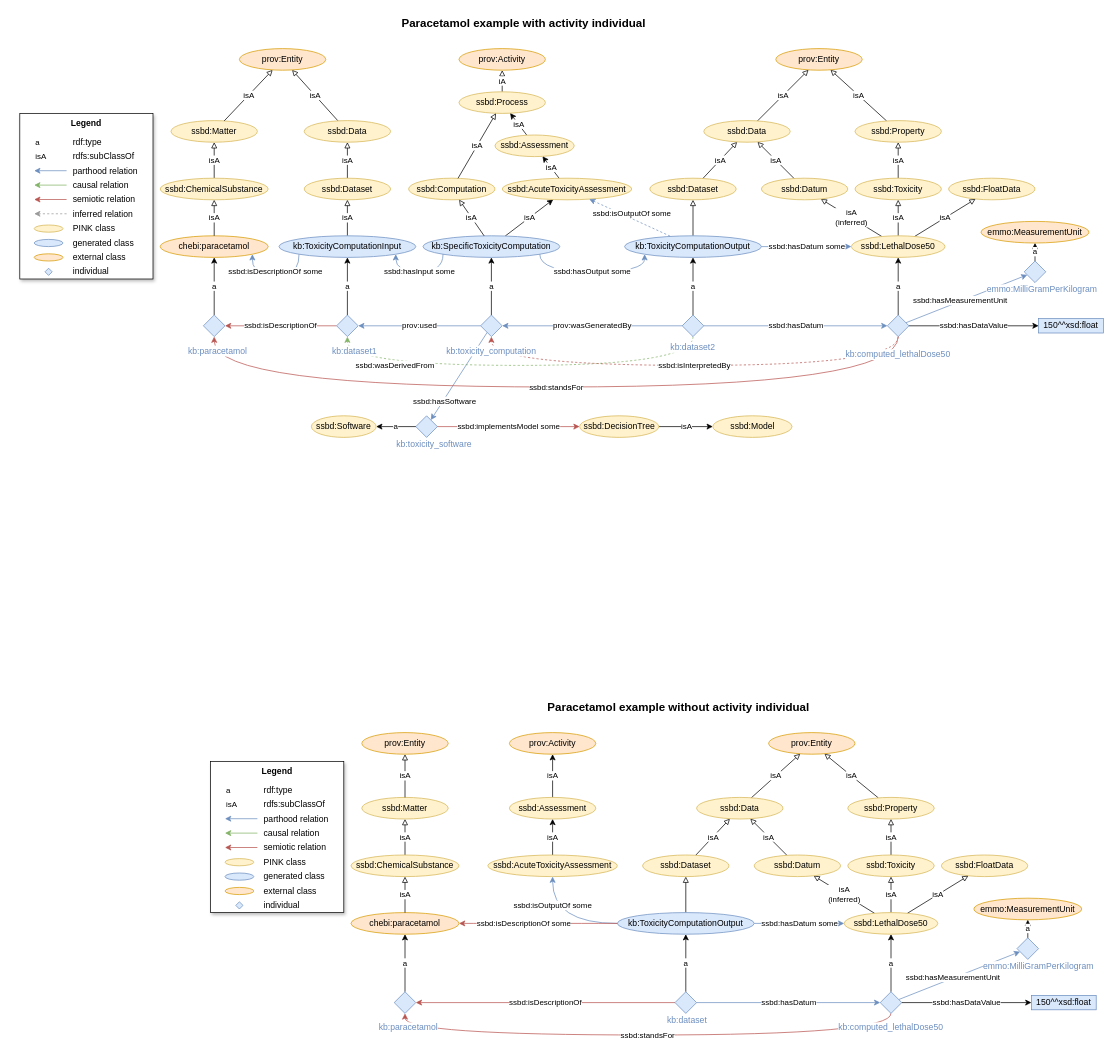
ssbd-ontology/core keeps this draw.io diagram as page "example" (6 of 8) of docs/figs/figures.drawio. Above is the earlier version. Source tidied: cells renumbered, new cells numbered last; positions are measured from the earlier drawing's top-left corner, leaving out a move shared by most shapes. Both pictures are drawn from the tidied source at 72%, with x=0, y=0 at pixel (12, 12).
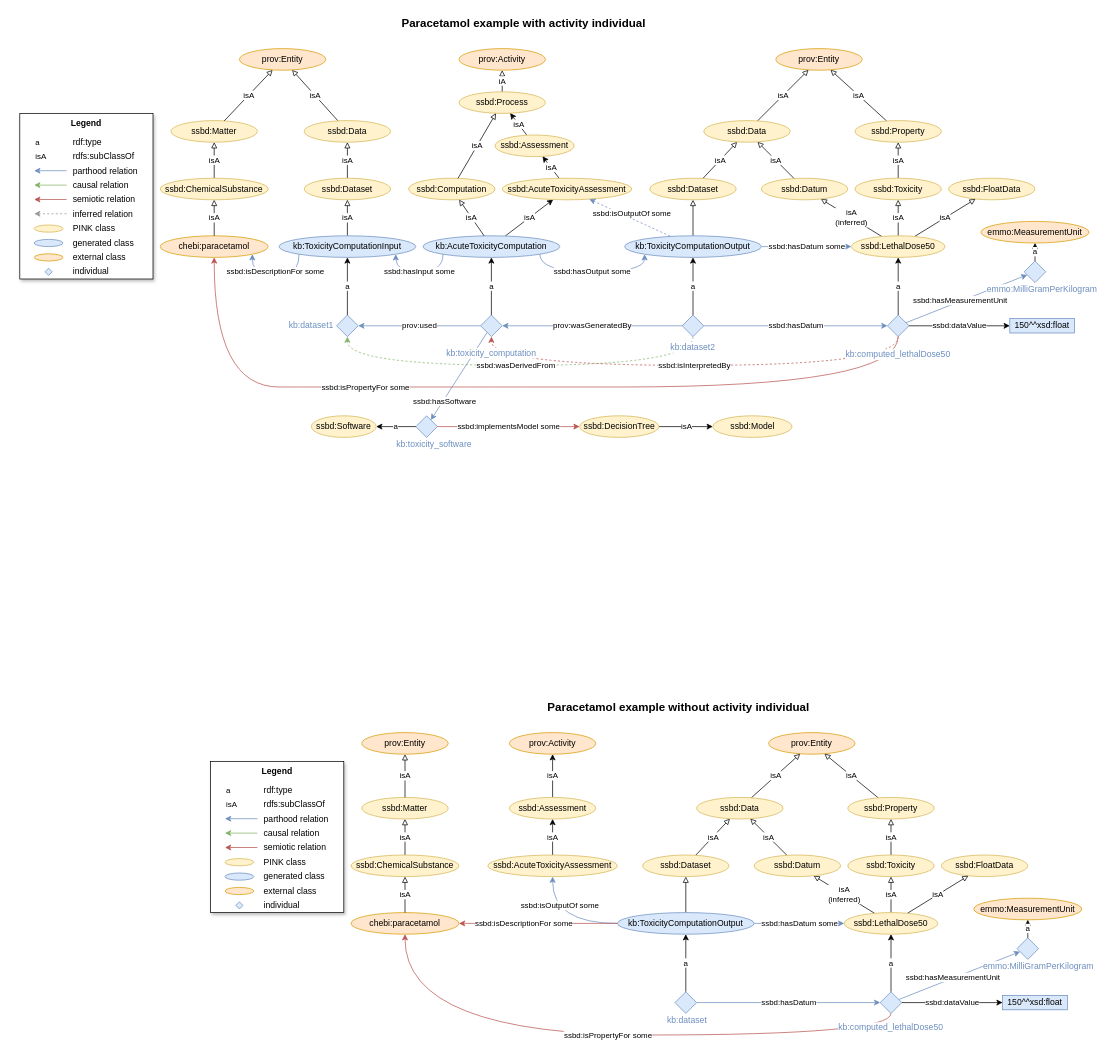
After the change.

Unchanged cells that the change refers to:
```xml
<mxCell id="11" value="chebi:paracetamol" style="ellipse;whiteSpace=wrap;html=1;fillColor=#ffe6cc;strokeColor=#d79b00;" parent="1" vertex="1">
  <mxGeometry x="205" y="310" width="150" height="30" as="geometry" />
</mxCell>
<mxCell id="28" value="kb:ToxicityComputationInput" style="ellipse;whiteSpace=wrap;html=1;fillColor=#dae8fc;strokeColor=#6c8ebf;" parent="1" vertex="1">
  <mxGeometry x="370" y="310" width="190" height="30" as="geometry" />
</mxCell>
<mxCell id="31" style="rhombus;whiteSpace=wrap;html=1;fillColor=#dae8fc;strokeColor=#6c8ebf;" parent="1" vertex="1">
  <mxGeometry x="450" y="420" width="30" height="30" as="geometry" />
</mxCell>
<mxCell id="43" style="rhombus;whiteSpace=wrap;html=1;fillColor=#dae8fc;strokeColor=#6c8ebf;" parent="1" vertex="1">
  <mxGeometry x="930" y="420" width="30" height="30" as="geometry" />
</mxCell>
<mxCell id="58" style="rhombus;whiteSpace=wrap;html=1;fillColor=#dae8fc;strokeColor=#6c8ebf;" parent="1" vertex="1">
  <mxGeometry x="1215" y="420" width="30" height="30" as="geometry" />
</mxCell>
<mxCell id="96" value="chebi:paracetamol" style="ellipse;whiteSpace=wrap;html=1;fillColor=#ffe6cc;strokeColor=#d79b00;" parent="1" vertex="1">
  <mxGeometry x="470" y="1250" width="150" height="30" as="geometry" />
</mxCell>
<mxCell id="104" value="kb:ToxicityComputationOutput" style="ellipse;whiteSpace=wrap;html=1;fillColor=#dae8fc;strokeColor=#6c8ebf;" parent="1" vertex="1">
  <mxGeometry x="840" y="1250" width="190" height="30" as="geometry" />
</mxCell>
<mxCell id="106" style="rhombus;whiteSpace=wrap;html=1;fillColor=#dae8fc;strokeColor=#6c8ebf;" parent="1" vertex="1">
  <mxGeometry x="920" y="1360" width="30" height="30" as="geometry" />
</mxCell>
<mxCell id="117" style="rhombus;whiteSpace=wrap;html=1;fillColor=#dae8fc;strokeColor=#6c8ebf;" parent="1" vertex="1">
  <mxGeometry x="1205" y="1360" width="30" height="30" as="geometry" />
</mxCell>
<mxCell id="160" value="ssbd:AcuteToxicityAssessment" style="ellipse;whiteSpace=wrap;html=1;fillColor=#fff2cc;strokeColor=#d6b656;" parent="1" vertex="1">
  <mxGeometry x="660" y="1170" width="180" height="30" as="geometry" />
</mxCell>
```

Change to the diagram source:
```diff
@@
     <mxCell id="7" value="ssbd:wasDerivedFrom" style="edgeStyle=orthogonalEdgeStyle;shape=connector;rounded=0;jettySize=auto;html=1;strokeColor=#82b366;align=center;verticalAlign=middle;fontFamily=Helvetica;fontSize=11;fontColor=default;labelBackgroundColor=default;endArrow=classic;endFill=1;curved=1;fillColor=#d5e8d4;dashed=1;" parent="1" edge="1" source="43" target="31">
-      <mxGeometry x="0.62" relative="1" as="geometry">
+      <mxGeometry x="0.02" relative="1" as="geometry">
         <Array as="points">
           <mxPoint x="945" y="490" />
           <mxPoint x="465" y="490" />
         </Array>
       </mxGeometry>
     </mxCell>
-    <mxCell id="8" value="a" style="rounded=0;jettySize=auto;html=1;" parent="1" edge="1" source="9" target="11">
-      <mxGeometry relative="1" as="geometry" />
-    </mxCell>
-    <mxCell id="9" style="rhombus;whiteSpace=wrap;html=1;fillColor=#dae8fc;strokeColor=#6c8ebf;" parent="1" vertex="1">
-      <mxGeometry x="265" y="420" width="30" height="30" as="geometry" />
-    </mxCell>
@@
-    <mxCell id="23" value="kb:SpecificToxicityComputation" style="ellipse;whiteSpace=wrap;html=1;fillColor=#dae8fc;strokeColor=#6c8ebf;" parent="1" vertex="1">
+    <mxCell id="23" value="kb:AcuteToxicityComputation" style="ellipse;whiteSpace=wrap;html=1;fillColor=#dae8fc;strokeColor=#6c8ebf;" parent="1" vertex="1">
       <mxGeometry x="570" y="310" width="190" height="30" as="geometry" />
     </mxCell>
@@
-    <mxCell id="27" value="ssbd:isDescriptionOf some" style="edgeStyle=orthogonalEdgeStyle;shape=connector;rounded=0;jettySize=auto;html=1;strokeColor=#6c8ebf;align=center;verticalAlign=middle;fontFamily=Helvetica;fontSize=11;fontColor=default;labelBackgroundColor=default;endArrow=classic;endFill=1;exitX=0;exitY=1;exitDx=0;exitDy=0;entryX=1;entryY=1;entryDx=0;entryDy=0;curved=1;fillColor=#dae8fc;" parent="1" edge="1" source="28" target="11">
+    <mxCell id="27" value="ssbd:isDescriptionFor some" style="edgeStyle=orthogonalEdgeStyle;shape=connector;rounded=0;jettySize=auto;html=1;strokeColor=#6c8ebf;align=center;verticalAlign=middle;fontFamily=Helvetica;fontSize=11;fontColor=default;labelBackgroundColor=default;endArrow=classic;endFill=1;exitX=0;exitY=1;exitDx=0;exitDy=0;entryX=1;entryY=1;entryDx=0;entryDy=0;curved=1;fillColor=#dae8fc;" parent="1" edge="1" source="28" target="11">
       <mxGeometry relative="1" as="geometry">
         <Array as="points">
           <mxPoint x="365" y="360" />
           <mxPoint x="365" y="360" />
         </Array>
       </mxGeometry>
     </mxCell>
@@
-    <mxCell id="30" value="ssbd:isDescriptionOf" style="edgeStyle=none;shape=connector;rounded=0;jettySize=auto;html=1;strokeColor=#b85450;align=center;verticalAlign=middle;fontFamily=Helvetica;fontSize=11;fontColor=default;labelBackgroundColor=default;endArrow=classic;endFill=1;fillColor=#f8cecc;" parent="1" edge="1" source="31" target="9">
-      <mxGeometry relative="1" as="geometry" />
-    </mxCell>
@@
     <mxCell id="32" value="&lt;font color=&quot;#6c8ebf&quot;&gt;kb:dataset1&lt;/font&gt;" style="text;html=1;align=center;verticalAlign=middle;whiteSpace=wrap;rounded=0;labelBackgroundColor=default;" parent="1" vertex="1">
-      <mxGeometry x="445" y="460" width="60" height="20" as="geometry" />
+      <mxGeometry x="380" y="425" width="70" height="20" as="geometry" />
     </mxCell>
@@
-    <mxCell id="60" value="ssbd:standsFor" style="edgeStyle=orthogonalEdgeStyle;shape=connector;rounded=0;jettySize=auto;html=1;strokeColor=#b85450;align=center;verticalAlign=middle;fontFamily=Helvetica;fontSize=11;fontColor=default;labelBackgroundColor=default;endArrow=classic;endFill=1;curved=1;fillColor=#f8cecc;exitX=0.5;exitY=1;exitDx=0;exitDy=0;" parent="1" edge="1" source="58" target="9">
-      <mxGeometry relative="1" as="geometry">
+    <mxCell id="60" value="ssbd:isPropertyFor some" style="edgeStyle=orthogonalEdgeStyle;shape=connector;rounded=0;jettySize=auto;html=1;strokeColor=#b85450;align=center;verticalAlign=middle;fontFamily=Helvetica;fontSize=11;fontColor=default;labelBackgroundColor=default;endArrow=classic;endFill=1;curved=1;fillColor=#f8cecc;exitX=0.5;exitY=1;exitDx=0;exitDy=0;" parent="1" edge="1" source="58" target="11">
+      <mxGeometry x="0.35" relative="1" as="geometry">
         <Array as="points">
           <mxPoint x="1230" y="520" />
+          <mxPoint x="460" y="500" />
           <mxPoint x="280" y="520" />
         </Array>
       </mxGeometry>
     </mxCell>
-    <mxCell id="61" value="&lt;font color=&quot;#6c8ebf&quot;&gt;kb:paracetamol&lt;/font&gt;" style="text;html=1;align=center;verticalAlign=middle;whiteSpace=wrap;rounded=0;labelBackgroundColor=default;" parent="1" vertex="1">
-      <mxGeometry x="255" y="460" width="60" height="20" as="geometry" />
-    </mxCell>
@@
     <mxCell id="64" value="150^^xsd:float" style="rounded=0;whiteSpace=wrap;html=1;fillColor=#dae8fc;strokeColor=#6c8ebf;" parent="1" vertex="1">
-      <mxGeometry x="1425" y="425" width="90" height="20" as="geometry" />
+      <mxGeometry x="1385" y="425" width="90" height="20" as="geometry" />
     </mxCell>
-    <mxCell id="65" value="ssbd:hasDataValue" style="endArrow=classic;html=1;rounded=0;" parent="1" edge="1" source="58" target="64">
+    <mxCell id="65" value="ssbd:dataValue" style="endArrow=classic;html=1;rounded=0;" parent="1" edge="1" source="58" target="64">
       <mxGeometry relative="1" as="geometry" />
     </mxCell>
@@
-    <mxCell id="93" value="a" style="rounded=0;jettySize=auto;html=1;" parent="1" edge="1" source="94" target="96">
-      <mxGeometry relative="1" as="geometry" />
-    </mxCell>
-    <mxCell id="94" style="rhombus;whiteSpace=wrap;html=1;fillColor=#dae8fc;strokeColor=#6c8ebf;" parent="1" vertex="1">
-      <mxGeometry x="530" y="1360" width="30" height="30" as="geometry" />
-    </mxCell>
@@
-    <mxCell id="101" value="ssbd:isDescriptionOf" style="edgeStyle=none;shape=connector;rounded=0;jettySize=auto;html=1;strokeColor=#b85450;align=center;verticalAlign=middle;fontFamily=Helvetica;fontSize=11;fontColor=default;labelBackgroundColor=default;endArrow=classic;endFill=1;fillColor=#f8cecc;" parent="1" edge="1" source="106" target="94">
-      <mxGeometry relative="1" as="geometry" />
-    </mxCell>
@@
-    <mxCell id="119" value="ssbd:standsFor" style="edgeStyle=orthogonalEdgeStyle;shape=connector;rounded=0;jettySize=auto;html=1;strokeColor=#b85450;align=center;verticalAlign=middle;fontFamily=Helvetica;fontSize=11;fontColor=default;labelBackgroundColor=default;endArrow=classic;endFill=1;curved=1;fillColor=#f8cecc;exitX=0.5;exitY=1;exitDx=0;exitDy=0;" parent="1" edge="1" source="117" target="94">
+    <mxCell id="119" value="ssbd:isPropertyFor some" style="edgeStyle=orthogonalEdgeStyle;shape=connector;rounded=0;jettySize=auto;html=1;strokeColor=#b85450;align=center;verticalAlign=middle;fontFamily=Helvetica;fontSize=11;fontColor=default;labelBackgroundColor=default;endArrow=classic;endFill=1;curved=1;fillColor=#f8cecc;exitX=0.5;exitY=1;exitDx=0;exitDy=0;" parent="1" edge="1" source="117" target="96">
       <mxGeometry relative="1" as="geometry">
         <Array as="points">
           <mxPoint x="1220" y="1420" />
           <mxPoint x="545" y="1420" />
         </Array>
       </mxGeometry>
     </mxCell>
-    <mxCell id="120" value="&lt;font color=&quot;#6c8ebf&quot;&gt;kb:paracetamol&lt;/font&gt;" style="text;html=1;align=center;verticalAlign=middle;whiteSpace=wrap;rounded=0;labelBackgroundColor=default;" parent="1" vertex="1">
-      <mxGeometry x="520" y="1400" width="60" height="20" as="geometry" />
-    </mxCell>
@@
     <mxCell id="123" value="150^^xsd:float" style="rounded=0;whiteSpace=wrap;html=1;fillColor=#dae8fc;strokeColor=#6c8ebf;" parent="1" vertex="1">
-      <mxGeometry x="1415" y="1365" width="90" height="20" as="geometry" />
+      <mxGeometry x="1375" y="1365" width="90" height="20" as="geometry" />
     </mxCell>
-    <mxCell id="124" value="ssbd:hasDataValue" style="endArrow=classic;html=1;rounded=0;" parent="1" edge="1" source="117" target="123">
+    <mxCell id="124" value="ssbd:dataValue" style="endArrow=classic;html=1;rounded=0;" parent="1" edge="1" source="117" target="123">
       <mxGeometry relative="1" as="geometry" />
     </mxCell>
@@
     <mxCell id="162" value="&lt;font color=&quot;#6c8ebf&quot;&gt;kb:toxicity_computation&lt;/font&gt;" style="text;html=1;align=center;verticalAlign=middle;whiteSpace=wrap;rounded=0;labelBackgroundColor=default;" parent="1" vertex="1">
-      <mxGeometry x="635" y="465" width="60" height="10" as="geometry" />
+      <mxGeometry x="635" y="465" width="60" height="15" as="geometry" />
     </mxCell>
@@
     <mxCell id="164" value="ssbd:isOutputOf some" style="endArrow=none;html=1;rounded=0;strokeColor=#6c8ebf;align=center;verticalAlign=middle;fontFamily=Helvetica;fontSize=11;fontColor=default;labelBackgroundColor=default;exitX=0.5;exitY=1;exitDx=0;exitDy=0;entryX=0;entryY=0.5;entryDx=0;entryDy=0;edgeStyle=orthogonalEdgeStyle;curved=1;startFill=1;startArrow=classic;fillColor=#dae8fc;" parent="1" edge="1" source="160" target="104">
-      <mxGeometry x="-0.48" relative="1" as="geometry" />
+      <mxGeometry x="-0.48" y="10" relative="1" as="geometry" />
     </mxCell>
-    <mxCell id="165" value="ssbd:isDescriptionOf some" style="endArrow=none;html=1;rounded=0;strokeColor=#B85450;align=center;verticalAlign=middle;fontFamily=Helvetica;fontSize=11;fontColor=default;labelBackgroundColor=default;edgeStyle=orthogonalEdgeStyle;curved=1;startFill=1;startArrow=classic;fillColor=#dae8fc;" parent="1" edge="1" source="96" target="104">
+    <mxCell id="165" value="ssbd:isDescriptionFor some" style="endArrow=none;html=1;rounded=0;strokeColor=#B85450;align=center;verticalAlign=middle;fontFamily=Helvetica;fontSize=11;fontColor=default;labelBackgroundColor=default;edgeStyle=orthogonalEdgeStyle;curved=1;startFill=1;startArrow=classic;fillColor=#dae8fc;" parent="1" edge="1" source="96" target="104">
       <mxGeometry x="-0.18" relative="1" as="geometry" />
     </mxCell>
```
